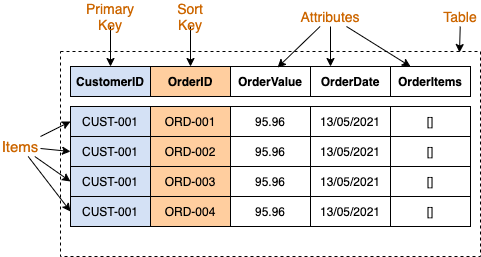
This is assets/img/posts/aws-dynamodb-java/tablitemattr.png from reflectoring/reflectoring.github.io, a draw.io export, as it was before one commit. Source tidied: cells renumbered, new cells last; positions are measured from the earlier drawing's top-left corner, leaving out a move shared by most shapes.
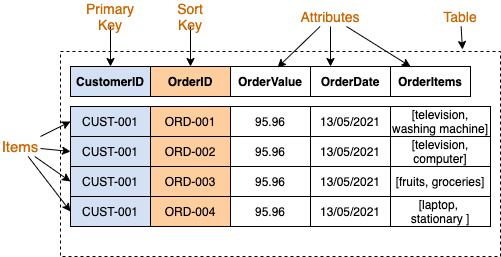
Above is the later version.

The edit, as a diff of the source:
```diff
@@ -2,128 +2,130 @@
   <root>
     <mxCell id="0" />
     <mxCell id="1" parent="0" />
-    <mxCell id="2" value="&lt;span style=&quot;background-color: rgb(212 , 225 , 245)&quot;&gt;&lt;b&gt;CustomerID&lt;/b&gt;&lt;/span&gt;" style="rounded=0;whiteSpace=wrap;html=1;labelBackgroundColor=#ffffff;fillColor=#D4E1F5;" parent="1" vertex="1">
-      <mxGeometry x="70" y="60" width="80" height="30" as="geometry" />
+    <mxCell id="2" style="rounded=0;whiteSpace=wrap;html=1;labelBackgroundColor=#D4E1F5;fontSize=14;fontColor=#CC6600;gradientColor=#ffffff;fillColor=none;dashed=1;" parent="1" vertex="1">
+      <mxGeometry x="140" y="45" width="440" height="205" as="geometry" />
     </mxCell>
-    <mxCell id="3" value="&lt;span style=&quot;background-color: rgb(255 , 206 , 159)&quot;&gt;&lt;b&gt;OrderID&lt;/b&gt;&lt;/span&gt;" style="rounded=0;whiteSpace=wrap;html=1;labelBackgroundColor=#ffffff;fillColor=#FFCE9F;" parent="1" vertex="1">
+    <mxCell id="3" value="&lt;span style=&quot;background-color: rgb(212 , 225 , 245)&quot;&gt;&lt;b&gt;CustomerID&lt;/b&gt;&lt;/span&gt;" style="rounded=0;whiteSpace=wrap;html=1;labelBackgroundColor=#ffffff;fillColor=#D4E1F5;" parent="1" vertex="1">
       <mxGeometry x="150" y="60" width="80" height="30" as="geometry" />
     </mxCell>
-    <mxCell id="4" value="&lt;b&gt;OrderValue&lt;/b&gt;" style="rounded=0;whiteSpace=wrap;html=1;" parent="1" vertex="1">
+    <mxCell id="4" value="&lt;span style=&quot;background-color: rgb(255 , 206 , 159)&quot;&gt;&lt;b&gt;OrderID&lt;/b&gt;&lt;/span&gt;" style="rounded=0;whiteSpace=wrap;html=1;labelBackgroundColor=#ffffff;fillColor=#FFCE9F;" parent="1" vertex="1">
       <mxGeometry x="230" y="60" width="80" height="30" as="geometry" />
     </mxCell>
-    <mxCell id="5" value="&lt;b&gt;OrderDate&lt;/b&gt;" style="rounded=0;whiteSpace=wrap;html=1;" parent="1" vertex="1">
+    <mxCell id="5" value="&lt;b&gt;OrderValue&lt;/b&gt;" style="rounded=0;whiteSpace=wrap;html=1;" parent="1" vertex="1">
       <mxGeometry x="310" y="60" width="80" height="30" as="geometry" />
     </mxCell>
-    <mxCell id="6" value="&lt;b&gt;OrderItems&lt;/b&gt;" style="rounded=0;whiteSpace=wrap;html=1;" parent="1" vertex="1">
+    <mxCell id="6" value="&lt;b&gt;OrderDate&lt;/b&gt;" style="rounded=0;whiteSpace=wrap;html=1;" parent="1" vertex="1">
       <mxGeometry x="390" y="60" width="80" height="30" as="geometry" />
     </mxCell>
-    <mxCell id="7" value="CUST-001" style="rounded=0;whiteSpace=wrap;html=1;fillColor=#D4E1F5;" parent="1" vertex="1">
-      <mxGeometry x="70" y="100" width="80" height="30" as="geometry" />
+    <mxCell id="7" value="&lt;b&gt;OrderItems&lt;/b&gt;" style="rounded=0;whiteSpace=wrap;html=1;" parent="1" vertex="1">
+      <mxGeometry x="470" y="60" width="80" height="30" as="geometry" />
     </mxCell>
-    <mxCell id="8" value="ORD-001" style="rounded=0;whiteSpace=wrap;html=1;fillColor=#FFCE9F;" parent="1" vertex="1">
+    <mxCell id="8" value="CUST-001" style="rounded=0;whiteSpace=wrap;html=1;fillColor=#D4E1F5;" parent="1" vertex="1">
       <mxGeometry x="150" y="100" width="80" height="30" as="geometry" />
     </mxCell>
-    <mxCell id="9" value="95.96" style="rounded=0;whiteSpace=wrap;html=1;" parent="1" vertex="1">
+    <mxCell id="9" value="ORD-001" style="rounded=0;whiteSpace=wrap;html=1;fillColor=#FFCE9F;" parent="1" vertex="1">
       <mxGeometry x="230" y="100" width="80" height="30" as="geometry" />
     </mxCell>
-    <mxCell id="10" value="13/05/2021" style="rounded=0;whiteSpace=wrap;html=1;" parent="1" vertex="1">
+    <mxCell id="10" value="95.96" style="rounded=0;whiteSpace=wrap;html=1;" parent="1" vertex="1">
       <mxGeometry x="310" y="100" width="80" height="30" as="geometry" />
     </mxCell>
-    <mxCell id="11" value="[]" style="rounded=0;whiteSpace=wrap;html=1;" parent="1" vertex="1">
+    <mxCell id="11" value="13/05/2021" style="rounded=0;whiteSpace=wrap;html=1;" parent="1" vertex="1">
       <mxGeometry x="390" y="100" width="80" height="30" as="geometry" />
     </mxCell>
-    <mxCell id="12" value="CUST-001" style="rounded=0;whiteSpace=wrap;html=1;fillColor=#D4E1F5;" parent="1" vertex="1">
-      <mxGeometry x="70" y="130" width="80" height="30" as="geometry" />
+    <mxCell id="12" value="[television, washing machine]" style="rounded=0;whiteSpace=wrap;html=1;" parent="1" vertex="1">
+      <mxGeometry x="470" y="100" width="100" height="30" as="geometry" />
     </mxCell>
-    <mxCell id="13" value="ORD-002" style="rounded=0;whiteSpace=wrap;html=1;fillColor=#FFCE9F;" parent="1" vertex="1">
+    <mxCell id="13" value="CUST-001" style="rounded=0;whiteSpace=wrap;html=1;fillColor=#D4E1F5;" parent="1" vertex="1">
       <mxGeometry x="150" y="130" width="80" height="30" as="geometry" />
     </mxCell>
-    <mxCell id="14" value="95.96" style="rounded=0;whiteSpace=wrap;html=1;" parent="1" vertex="1">
+    <mxCell id="14" value="ORD-002" style="rounded=0;whiteSpace=wrap;html=1;fillColor=#FFCE9F;" parent="1" vertex="1">
       <mxGeometry x="230" y="130" width="80" height="30" as="geometry" />
     </mxCell>
-    <mxCell id="15" value="13/05/2021" style="rounded=0;whiteSpace=wrap;html=1;" parent="1" vertex="1">
+    <mxCell id="15" value="95.96" style="rounded=0;whiteSpace=wrap;html=1;" parent="1" vertex="1">
       <mxGeometry x="310" y="130" width="80" height="30" as="geometry" />
     </mxCell>
-    <mxCell id="16" value="[]" style="rounded=0;whiteSpace=wrap;html=1;" parent="1" vertex="1">
+    <mxCell id="16" value="13/05/2021" style="rounded=0;whiteSpace=wrap;html=1;" parent="1" vertex="1">
       <mxGeometry x="390" y="130" width="80" height="30" as="geometry" />
     </mxCell>
-    <mxCell id="17" value="CUST-001" style="rounded=0;whiteSpace=wrap;html=1;fillColor=#D4E1F5;" parent="1" vertex="1">
-      <mxGeometry x="70" y="160" width="80" height="30" as="geometry" />
+    <mxCell id="17" value="&lt;span&gt;[television, computer]&lt;/span&gt;" style="rounded=0;whiteSpace=wrap;html=1;" parent="1" vertex="1">
+      <mxGeometry x="470" y="130" width="100" height="30" as="geometry" />
     </mxCell>
-    <mxCell id="18" value="ORD-003" style="rounded=0;whiteSpace=wrap;html=1;fillColor=#FFCE9F;" parent="1" vertex="1">
+    <mxCell id="18" value="CUST-001" style="rounded=0;whiteSpace=wrap;html=1;fillColor=#D4E1F5;" parent="1" vertex="1">
       <mxGeometry x="150" y="160" width="80" height="30" as="geometry" />
     </mxCell>
-    <mxCell id="19" value="95.96" style="rounded=0;whiteSpace=wrap;html=1;" parent="1" vertex="1">
+    <mxCell id="19" value="ORD-003" style="rounded=0;whiteSpace=wrap;html=1;fillColor=#FFCE9F;" parent="1" vertex="1">
       <mxGeometry x="230" y="160" width="80" height="30" as="geometry" />
     </mxCell>
-    <mxCell id="20" value="13/05/2021" style="rounded=0;whiteSpace=wrap;html=1;" parent="1" vertex="1">
+    <mxCell id="20" value="95.96" style="rounded=0;whiteSpace=wrap;html=1;" parent="1" vertex="1">
       <mxGeometry x="310" y="160" width="80" height="30" as="geometry" />
     </mxCell>
-    <mxCell id="21" value="[]" style="rounded=0;whiteSpace=wrap;html=1;" parent="1" vertex="1">
+    <mxCell id="21" value="13/05/2021" style="rounded=0;whiteSpace=wrap;html=1;" parent="1" vertex="1">
       <mxGeometry x="390" y="160" width="80" height="30" as="geometry" />
     </mxCell>
-    <mxCell id="22" value="CUST-001" style="rounded=0;whiteSpace=wrap;html=1;fillColor=#D4E1F5;" parent="1" vertex="1">
-      <mxGeometry x="70" y="190" width="80" height="30" as="geometry" />
+    <mxCell id="22" value="&lt;span&gt;[fruits, groceries]&lt;/span&gt;" style="rounded=0;whiteSpace=wrap;html=1;" parent="1" vertex="1">
+      <mxGeometry x="470" y="160" width="100" height="30" as="geometry" />
     </mxCell>
-    <mxCell id="23" value="ORD-004" style="rounded=0;whiteSpace=wrap;html=1;fillColor=#FFCE9F;" parent="1" vertex="1">
+    <mxCell id="23" value="CUST-001" style="rounded=0;whiteSpace=wrap;html=1;fillColor=#D4E1F5;" parent="1" vertex="1">
       <mxGeometry x="150" y="190" width="80" height="30" as="geometry" />
     </mxCell>
-    <mxCell id="24" value="95.96" style="rounded=0;whiteSpace=wrap;html=1;" parent="1" vertex="1">
+    <mxCell id="24" value="ORD-004" style="rounded=0;whiteSpace=wrap;html=1;fillColor=#FFCE9F;" parent="1" vertex="1">
       <mxGeometry x="230" y="190" width="80" height="30" as="geometry" />
     </mxCell>
-    <mxCell id="25" value="13/05/2021" style="rounded=0;whiteSpace=wrap;html=1;" parent="1" vertex="1">
+    <mxCell id="25" value="95.96" style="rounded=0;whiteSpace=wrap;html=1;" parent="1" vertex="1">
       <mxGeometry x="310" y="190" width="80" height="30" as="geometry" />
     </mxCell>
-    <mxCell id="26" value="[]" style="rounded=0;whiteSpace=wrap;html=1;" parent="1" vertex="1">
+    <mxCell id="26" value="13/05/2021" style="rounded=0;whiteSpace=wrap;html=1;" parent="1" vertex="1">
       <mxGeometry x="390" y="190" width="80" height="30" as="geometry" />
     </mxCell>
-    <mxCell id="27" style="edgeStyle=orthogonalEdgeStyle;rounded=0;jettySize=auto;html=1;entryX=0.5;entryY=0;entryDx=0;entryDy=0;" parent="1" edge="1" source="28" target="2">
-      <mxGeometry relative="1" as="geometry" />
+    <mxCell id="27" value="&lt;span&gt;[laptop, &lt;br&gt;stationary ]&lt;/span&gt;" style="rounded=0;whiteSpace=wrap;html=1;" parent="1" vertex="1">
+      <mxGeometry x="470" y="190" width="100" height="30" as="geometry" />
     </mxCell>
-    <mxCell id="28" value="Primary Key" style="text;html=1;strokeColor=none;fillColor=none;align=center;verticalAlign=middle;whiteSpace=wrap;rounded=0;fontSize=14;fontColor=#CC6600;" parent="1" vertex="1">
-      <mxGeometry x="90" width="40" height="20" as="geometry" />
+    <mxCell id="28" style="edgeStyle=orthogonalEdgeStyle;rounded=0;jettySize=auto;html=1;entryX=0.5;entryY=0;entryDx=0;entryDy=0;" parent="1" edge="1" source="29" target="3">
+      <mxGeometry relative="1" as="geometry" />
     </mxCell>
-    <mxCell id="29" style="edgeStyle=orthogonalEdgeStyle;rounded=0;jettySize=auto;html=1;entryX=0.5;entryY=0;entryDx=0;entryDy=0;" parent="1" edge="1" source="30" target="3">
-      <mxGeometry relative="1" as="geometry" />
+    <mxCell id="29" value="Primary Key" style="text;html=1;strokeColor=none;fillColor=none;align=center;verticalAlign=middle;whiteSpace=wrap;rounded=0;fontSize=14;fontColor=#CC6600;" parent="1" vertex="1">
+      <mxGeometry x="170" width="40" height="20" as="geometry" />
     </mxCell>
-    <mxCell id="30" value="Sort Key" style="text;html=1;strokeColor=none;fillColor=none;align=center;verticalAlign=middle;whiteSpace=wrap;rounded=0;fontSize=14;fontColor=#CC6600;" parent="1" vertex="1">
-      <mxGeometry x="170" width="40" height="20" as="geometry" />
+    <mxCell id="30" style="edgeStyle=orthogonalEdgeStyle;rounded=0;jettySize=auto;html=1;entryX=0.5;entryY=0;entryDx=0;entryDy=0;" parent="1" edge="1" source="31" target="4">
+      <mxGeometry relative="1" as="geometry" />
     </mxCell>
-    <mxCell id="31" style="rounded=0;jettySize=auto;html=1;entryX=0.588;entryY=0.033;entryDx=0;entryDy=0;entryPerimeter=0;" parent="1" edge="1" source="34" target="4">
-      <mxGeometry relative="1" as="geometry" />
+    <mxCell id="31" value="Sort Key" style="text;html=1;strokeColor=none;fillColor=none;align=center;verticalAlign=middle;whiteSpace=wrap;rounded=0;fontSize=14;fontColor=#CC6600;" parent="1" vertex="1">
+      <mxGeometry x="250" width="40" height="20" as="geometry" />
     </mxCell>
-    <mxCell id="32" style="edgeStyle=none;rounded=0;jettySize=auto;html=1;entryX=0.25;entryY=0;entryDx=0;entryDy=0;" parent="1" edge="1" source="34" target="5">
+    <mxCell id="32" style="rounded=0;jettySize=auto;html=1;entryX=0.588;entryY=0.033;entryDx=0;entryDy=0;entryPerimeter=0;" parent="1" edge="1" source="35" target="5">
       <mxGeometry relative="1" as="geometry" />
     </mxCell>
-    <mxCell id="33" style="edgeStyle=none;rounded=0;jettySize=auto;html=1;entryX=0.25;entryY=0;entryDx=0;entryDy=0;" parent="1" edge="1" source="34" target="6">
+    <mxCell id="33" style="edgeStyle=none;rounded=0;jettySize=auto;html=1;entryX=0.25;entryY=0;entryDx=0;entryDy=0;" parent="1" edge="1" source="35" target="6">
       <mxGeometry relative="1" as="geometry" />
     </mxCell>
-    <mxCell id="34" value="Attributes" style="text;html=1;strokeColor=none;fillColor=none;align=center;verticalAlign=middle;whiteSpace=wrap;rounded=0;fontSize=14;fontColor=#CC6600;" parent="1" vertex="1">
-      <mxGeometry x="310" width="40" height="20" as="geometry" />
+    <mxCell id="34" style="edgeStyle=none;rounded=0;jettySize=auto;html=1;entryX=0.25;entryY=0;entryDx=0;entryDy=0;" parent="1" edge="1" source="35" target="7">
+      <mxGeometry relative="1" as="geometry" />
     </mxCell>
-    <mxCell id="35" style="edgeStyle=none;rounded=0;jettySize=auto;html=1;entryX=0;entryY=0.5;entryDx=0;entryDy=0;" parent="1" edge="1" source="39" target="7">
-      <mxGeometry relative="1" as="geometry" />
+    <mxCell id="35" value="Attributes" style="text;html=1;strokeColor=none;fillColor=none;align=center;verticalAlign=middle;whiteSpace=wrap;rounded=0;fontSize=14;fontColor=#CC6600;" parent="1" vertex="1">
+      <mxGeometry x="390" width="40" height="20" as="geometry" />
     </mxCell>
-    <mxCell id="36" style="edgeStyle=none;rounded=0;jettySize=auto;html=1;entryX=0;entryY=0.5;entryDx=0;entryDy=0;" parent="1" edge="1" source="39" target="12">
+    <mxCell id="36" style="edgeStyle=none;rounded=0;jettySize=auto;html=1;entryX=0;entryY=0.5;entryDx=0;entryDy=0;" parent="1" edge="1" source="40" target="8">
       <mxGeometry relative="1" as="geometry" />
     </mxCell>
-    <mxCell id="37" style="edgeStyle=none;rounded=0;jettySize=auto;html=1;entryX=0;entryY=0.5;entryDx=0;entryDy=0;" parent="1" edge="1" source="39" target="17">
+    <mxCell id="37" style="edgeStyle=none;rounded=0;jettySize=auto;html=1;entryX=0;entryY=0.5;entryDx=0;entryDy=0;" parent="1" edge="1" source="40" target="13">
       <mxGeometry relative="1" as="geometry" />
     </mxCell>
-    <mxCell id="38" style="edgeStyle=none;rounded=0;jettySize=auto;html=1;entryX=0;entryY=0.5;entryDx=0;entryDy=0;" parent="1" edge="1" source="39" target="22">
+    <mxCell id="38" style="edgeStyle=none;rounded=0;jettySize=auto;html=1;entryX=0;entryY=0.5;entryDx=0;entryDy=0;" parent="1" edge="1" source="40" target="18">
       <mxGeometry relative="1" as="geometry" />
     </mxCell>
-    <mxCell id="39" value="Items" style="text;html=1;strokeColor=none;fillColor=none;align=center;verticalAlign=middle;whiteSpace=wrap;rounded=0;fontSize=15;fontColor=#CC6600;" parent="1" vertex="1">
-      <mxGeometry y="130" width="40" height="20" as="geometry" />
+    <mxCell id="39" style="edgeStyle=none;rounded=0;jettySize=auto;html=1;entryX=0;entryY=0.5;entryDx=0;entryDy=0;" parent="1" edge="1" source="40" target="23">
+      <mxGeometry relative="1" as="geometry" />
     </mxCell>
-    <mxCell id="40" style="rounded=0;whiteSpace=wrap;html=1;labelBackgroundColor=#D4E1F5;fontSize=14;fontColor=#CC6600;gradientColor=#ffffff;fillColor=none;dashed=1;" parent="1" vertex="1">
-      <mxGeometry x="60" y="45" width="420" height="205" as="geometry" />
+    <mxCell id="40" value="Items" style="text;html=1;strokeColor=none;fillColor=none;align=center;verticalAlign=middle;whiteSpace=wrap;rounded=0;fontSize=15;fontColor=#CC6600;" parent="1" vertex="1">
+      <mxGeometry x="80" y="130" width="40" height="20" as="geometry" />
     </mxCell>
-    <mxCell id="41" style="edgeStyle=none;rounded=0;jettySize=auto;html=1;entryX=0.95;entryY=0.005;entryDx=0;entryDy=0;entryPerimeter=0;fontSize=14;fontColor=#CC6600;" parent="1" edge="1" source="42" target="40">
-      <mxGeometry relative="1" as="geometry" />
+    <mxCell id="41" style="edgeStyle=none;rounded=0;jettySize=auto;html=1;fontSize=14;fontColor=#CC6600;" parent="1" edge="1" source="42">
+      <mxGeometry relative="1" as="geometry">
+        <mxPoint x="542" y="43" as="targetPoint" />
+      </mxGeometry>
     </mxCell>
     <mxCell id="42" value="Table" style="text;html=1;strokeColor=none;fillColor=none;align=center;verticalAlign=middle;whiteSpace=wrap;rounded=0;dashed=1;labelBackgroundColor=none;fontSize=14;fontColor=#CC6600;" parent="1" vertex="1">
-      <mxGeometry x="440" width="40" height="20" as="geometry" />
+      <mxGeometry x="520" width="40" height="20" as="geometry" />
     </mxCell>
   </root>
 </mxGraphModel>
```
